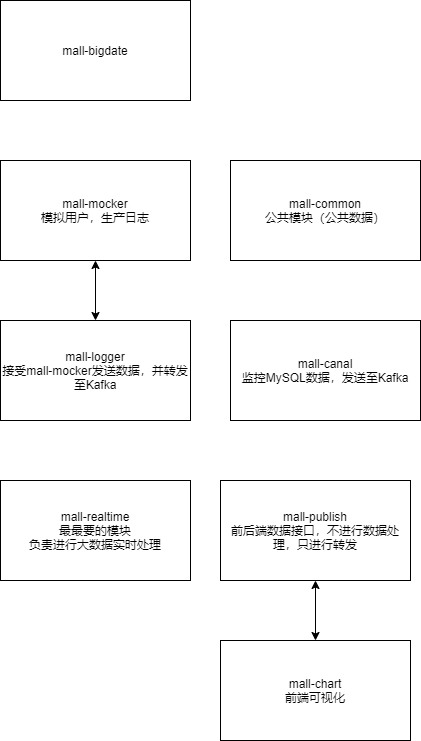
Earlier version of the draw.io export 分模块功能.png (dyzcs/mall-2020). Source tidied: cells renumbered, new cells last; positions are measured from the earlier drawing's top-left corner, leaving out a move shared by most shapes.
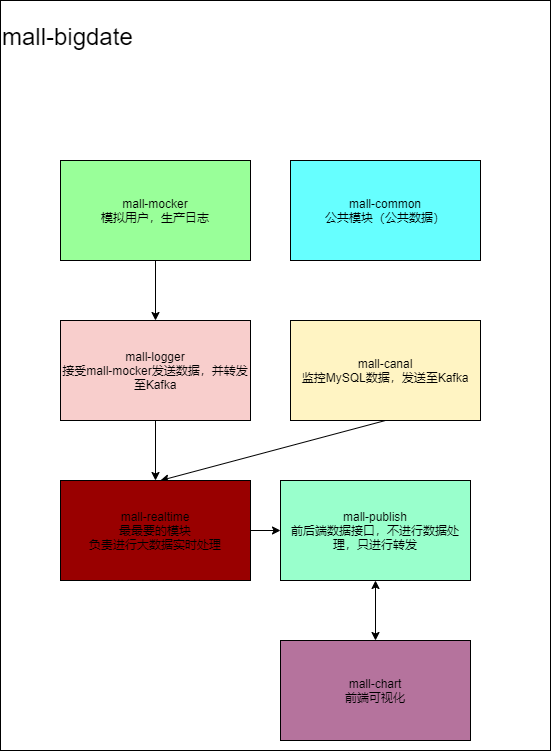
After the commit.

Commit message:
更新分模块功能.png

The edit, as a diff of the source:
```diff
@@ -2,35 +2,46 @@
   <root>
     <mxCell id="0" />
     <mxCell id="1" parent="0" />
-    <mxCell id="2" value="mall-bigdate" style="rounded=0;whiteSpace=wrap;html=1;" parent="1" vertex="1">
-      <mxGeometry width="190" height="100" as="geometry" />
+    <mxCell id="2" value="&lt;h1&gt;&lt;span style=&quot;font-weight: normal&quot;&gt;mall-bigdate&lt;/span&gt;&lt;/h1&gt;" style="rounded=0;whiteSpace=wrap;html=1;align=left;verticalAlign=top;labelBackgroundColor=#ffffff;" parent="1" vertex="1">
+      <mxGeometry x="-60" width="550" height="750" as="geometry" />
     </mxCell>
+    <mxCell id="11" style="edgeStyle=none;rounded=0;jettySize=auto;html=1;entryX=0.5;entryY=0;entryDx=0;entryDy=0;" parent="1" edge="1" source="3" target="7">
+      <mxGeometry relative="1" as="geometry" />
+    </mxCell>
-    <mxCell id="3" value="mall-mocker&lt;br&gt;模拟用户，生产日志" style="rounded=0;whiteSpace=wrap;html=1;" parent="1" vertex="1">
+    <mxCell id="3" value="mall-mocker&lt;div&gt;模拟用户，生产日志&lt;/div&gt;" style="rounded=0;whiteSpace=wrap;html=1;labelBackgroundColor=#99FF99;fillColor=#99FF99;" parent="1" vertex="1">
       <mxGeometry y="160" width="190" height="100" as="geometry" />
     </mxCell>
+    <mxCell id="12" style="rounded=0;jettySize=auto;html=1;exitX=0.5;exitY=1;exitDx=0;exitDy=0;" parent="1" edge="1" source="4">
+      <mxGeometry relative="1" as="geometry">
+        <mxPoint x="100" y="480" as="targetPoint" />
+      </mxGeometry>
+    </mxCell>
-    <mxCell id="4" value="mall-canal&lt;br&gt;监控MySQL数据，发送至Kafka" style="rounded=0;whiteSpace=wrap;html=1;" parent="1" vertex="1">
+    <mxCell id="4" value="mall-canal&lt;br&gt;监控MySQL数据，发送至Kafka" style="rounded=0;whiteSpace=wrap;html=1;fillColor=#FFF4C3;" parent="1" vertex="1">
       <mxGeometry x="230" y="320" width="190" height="100" as="geometry" />
     </mxCell>
-    <mxCell id="5" value="mall-chart&lt;br&gt;前端可视化" style="rounded=0;whiteSpace=wrap;html=1;" parent="1" vertex="1">
+    <mxCell id="5" value="mall-chart&lt;br&gt;前端可视化" style="rounded=0;whiteSpace=wrap;html=1;fillColor=#B5739D;" parent="1" vertex="1">
       <mxGeometry x="220" y="640" width="190" height="100" as="geometry" />
     </mxCell>
-    <mxCell id="6" value="mall-common&lt;br&gt;公共模块（公共数据）" style="rounded=0;whiteSpace=wrap;html=1;" parent="1" vertex="1">
+    <mxCell id="6" value="mall-common&lt;br&gt;公共模块（公共数据）" style="rounded=0;whiteSpace=wrap;html=1;fillColor=#66FFFF;" parent="1" vertex="1">
       <mxGeometry x="230" y="160" width="190" height="100" as="geometry" />
     </mxCell>
+    <mxCell id="13" style="edgeStyle=orthogonalEdgeStyle;rounded=0;jettySize=auto;html=1;" parent="1" edge="1" source="7" target="9">
+      <mxGeometry relative="1" as="geometry" />
+    </mxCell>
-    <mxCell id="7" value="mall-logger&lt;br&gt;接受mall-mocker发送数据，并转发至Kafka" style="rounded=0;whiteSpace=wrap;html=1;" parent="1" vertex="1">
+    <mxCell id="7" value="mall-logger&lt;br&gt;接受mall-mocker发送数据，并转发至Kafka" style="rounded=0;whiteSpace=wrap;html=1;fillColor=#F8CECC;" parent="1" vertex="1">
       <mxGeometry y="320" width="190" height="100" as="geometry" />
     </mxCell>
-    <mxCell id="8" value="mall-publish&lt;br&gt;前后端数据接口，不进行数据处理，只进行转发" style="rounded=0;whiteSpace=wrap;html=1;" parent="1" vertex="1">
+    <mxCell id="8" value="mall-publish&lt;br&gt;前后端数据接口，不进行数据处理，只进行转发" style="rounded=0;whiteSpace=wrap;html=1;fillColor=#99FFCC;" parent="1" vertex="1">
       <mxGeometry x="220" y="480" width="190" height="100" as="geometry" />
     </mxCell>
+    <mxCell id="14" style="edgeStyle=none;rounded=0;jettySize=auto;html=1;exitX=1;exitY=0.5;exitDx=0;exitDy=0;entryX=0;entryY=0.5;entryDx=0;entryDy=0;" parent="1" edge="1" source="9" target="8">
+      <mxGeometry relative="1" as="geometry" />
+    </mxCell>
-    <mxCell id="9" value="mall-realtime&lt;br&gt;最最要的模块&lt;br&gt;负责进行大数据实时处理" style="rounded=0;whiteSpace=wrap;html=1;" parent="1" vertex="1">
+    <mxCell id="9" value="mall-realtime&lt;br&gt;最最要的模块&lt;br&gt;负责进行大数据实时处理" style="rounded=0;whiteSpace=wrap;html=1;fillColor=#990000;" parent="1" vertex="1">
       <mxGeometry y="480" width="190" height="100" as="geometry" />
     </mxCell>
     <mxCell id="10" style="endArrow=classic;startArrow=classic;html=1;entryX=0.5;entryY=1;entryDx=0;entryDy=0;exitX=0.5;exitY=0;exitDx=0;exitDy=0;" parent="1" edge="1" source="5" target="8">
       <mxGeometry relative="1" as="geometry" />
     </mxCell>
-    <mxCell id="11" style="endArrow=classic;startArrow=classic;html=1;exitX=0.5;exitY=1;exitDx=0;exitDy=0;" parent="1" edge="1" source="3" target="7">
-      <mxGeometry relative="1" as="geometry" />
-    </mxCell>
   </root>
 </mxGraphModel>
```
